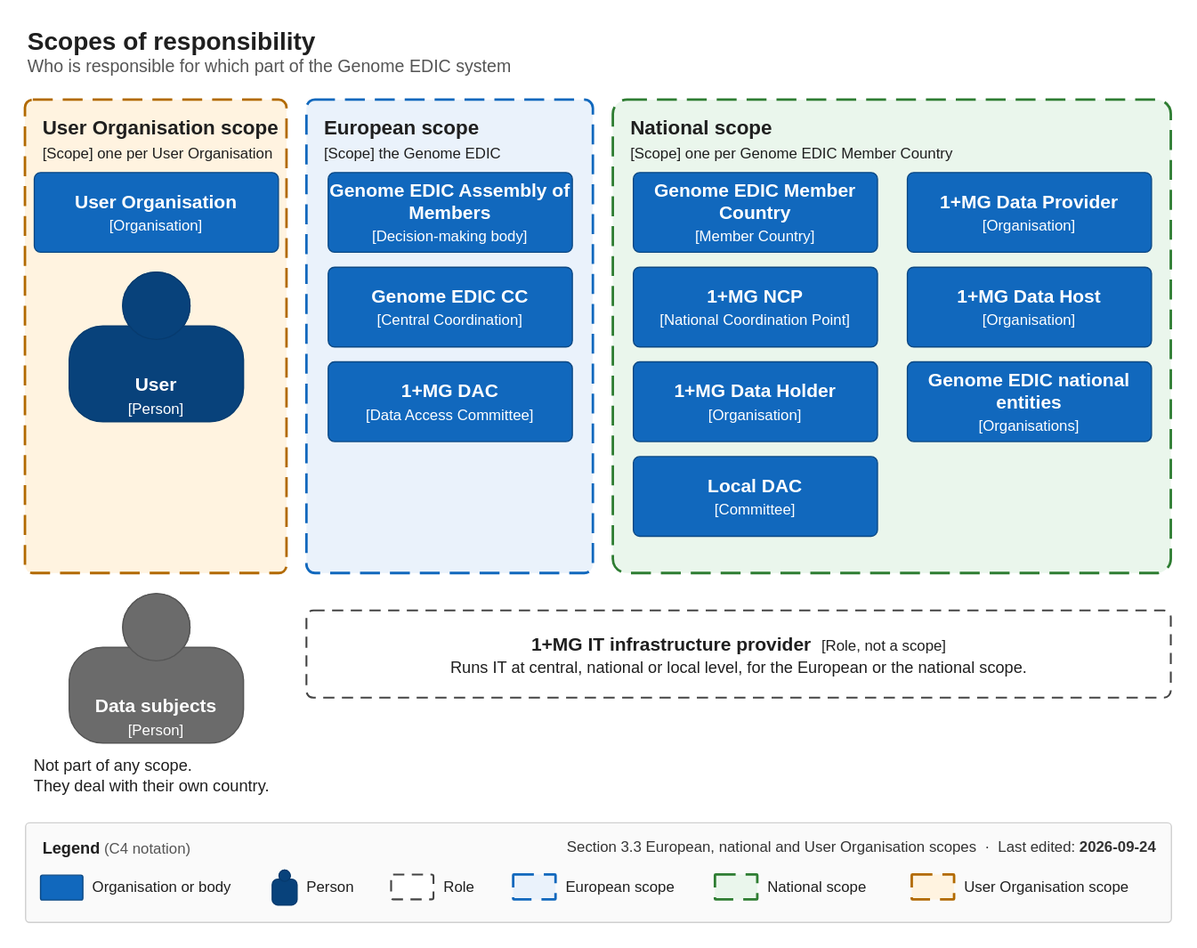
Earlier version of the draw.io export static/diagrams/3.3-scopes.drawio.svg (GenomicDataInfrastructure/system-architecture). Source tidied: cells renumbered, new cells last; positions are measured from the earlier drawing's top-left corner, leaving out a move shared by most shapes. Source of this version:
```xml
<mxGraphModel background="#FFFFFF">
  <root>
    <mxCell id="0" />
    <mxCell id="1" parent="0" />
    <mxCell id="2" style="rounded=1;arcSize=1;whiteSpace=wrap;html=1;fillColor=#FFFFFF;strokeColor=none;strokeWidth=1;" parent="1" vertex="1">
      <mxGeometry width="960" height="760" as="geometry" />
    </mxCell>
    <mxCell id="3" value="&lt;b style=&quot;font-size: 20px&quot;&gt;Scopes of responsibility&lt;/b&gt;&lt;br&gt;&lt;font style=&quot;font-size: 14px&quot; color=&quot;#555555&quot;&gt;Who is responsible for which part of the Genome EDIC system&lt;/font&gt;" style="text;html=1;whiteSpace=wrap;strokeColor=none;fillColor=none;align=left;verticalAlign=top;fontColor=#1F1F1F;" parent="1" vertex="1">
      <mxGeometry x="20" y="14" width="700" height="56" as="geometry" />
    </mxCell>
    <mxCell id="4" value="&lt;b&gt;User Organisation scope&lt;/b&gt;&lt;br&gt;&lt;font style=&quot;font-size: 12px&quot;&gt;[Scope] one per User Organisation&lt;/font&gt;" style="rounded=1;arcSize=3;whiteSpace=wrap;html=1;dashed=1;dashPattern=8 4;strokeWidth=2;fillColor=#FFF3E0;strokeColor=#B26A00;fontColor=#1F1F1F;fontSize=16;verticalAlign=top;align=left;spacingLeft=12;spacingTop=6;" parent="1" vertex="1">
      <mxGeometry x="20" y="80" width="210" height="380" as="geometry" />
    </mxCell>
    <mxCell id="5" value="&lt;b&gt;User Organisation&lt;/b&gt;&lt;br&gt;&lt;font style=&quot;font-size: 12px&quot;&gt;[Organisation]&lt;/font&gt;" style="rounded=1;arcSize=8;whiteSpace=wrap;html=1;fillColor=#1168BD;strokeColor=#0B4884;fontColor=#FFFFFF;fontSize=15;verticalAlign=middle;" parent="4" vertex="1">
      <mxGeometry x="7" y="58" width="196" height="64" as="geometry" />
    </mxCell>
    <mxCell id="6" value="&lt;b&gt;User&lt;/b&gt;&lt;br&gt;&lt;font style=&quot;font-size: 12px&quot;&gt;[Person]&lt;/font&gt;" style="shape=mxgraph.c4.person2;html=1;whiteSpace=wrap;fontSize=15;fontColor=#FFFFFF;align=center;verticalAlign=middle;spacingTop=34;fillColor=#08427B;strokeColor=#073B6F;" parent="4" vertex="1">
      <mxGeometry x="35" y="138" width="140" height="120" as="geometry" />
    </mxCell>
    <mxCell id="7" value="&lt;b&gt;European scope&lt;/b&gt;&lt;br&gt;&lt;font style=&quot;font-size: 12px&quot;&gt;[Scope] the Genome EDIC&lt;/font&gt;" style="rounded=1;arcSize=3;whiteSpace=wrap;html=1;dashed=1;dashPattern=8 4;strokeWidth=2;fillColor=#EAF2FB;strokeColor=#1168BD;fontColor=#1F1F1F;fontSize=16;verticalAlign=top;align=left;spacingLeft=12;spacingTop=6;" parent="1" vertex="1">
      <mxGeometry x="246" y="80" width="230" height="380" as="geometry" />
    </mxCell>
    <mxCell id="8" value="&lt;b&gt;Genome EDIC Assembly of Members&lt;/b&gt;&lt;br&gt;&lt;font style=&quot;font-size: 12px&quot;&gt;[Decision-making body]&lt;/font&gt;" style="rounded=1;arcSize=8;whiteSpace=wrap;html=1;fillColor=#1168BD;strokeColor=#0B4884;fontColor=#FFFFFF;fontSize=15;verticalAlign=middle;" parent="7" vertex="1">
      <mxGeometry x="17" y="58" width="196" height="64" as="geometry" />
    </mxCell>
    <mxCell id="9" value="&lt;b&gt;Genome EDIC CC&lt;/b&gt;&lt;br&gt;&lt;font style=&quot;font-size: 12px&quot;&gt;[Central Coordination]&lt;/font&gt;" style="rounded=1;arcSize=8;whiteSpace=wrap;html=1;fillColor=#1168BD;strokeColor=#0B4884;fontColor=#FFFFFF;fontSize=15;verticalAlign=middle;" parent="7" vertex="1">
      <mxGeometry x="17" y="134" width="196" height="64" as="geometry" />
    </mxCell>
    <mxCell id="10" value="&lt;b&gt;1+MG DAC&lt;/b&gt;&lt;br&gt;&lt;font style=&quot;font-size: 12px&quot;&gt;[Data Access Committee]&lt;/font&gt;" style="rounded=1;arcSize=8;whiteSpace=wrap;html=1;fillColor=#1168BD;strokeColor=#0B4884;fontColor=#FFFFFF;fontSize=15;verticalAlign=middle;" parent="7" vertex="1">
      <mxGeometry x="17" y="210" width="196" height="64" as="geometry" />
    </mxCell>
    <mxCell id="11" value="&lt;b&gt;National scope&lt;/b&gt;&lt;br&gt;&lt;font style=&quot;font-size: 12px&quot;&gt;[Scope] one per Genome EDIC Member Country&lt;/font&gt;" style="rounded=1;arcSize=3;whiteSpace=wrap;html=1;dashed=1;dashPattern=8 4;strokeWidth=2;fillColor=#EAF6EC;strokeColor=#2E7D32;fontColor=#1F1F1F;fontSize=16;verticalAlign=top;align=left;spacingLeft=12;spacingTop=6;" parent="1" vertex="1">
      <mxGeometry x="492" y="80" width="448" height="380" as="geometry" />
    </mxCell>
    <mxCell id="12" value="&lt;b&gt;Genome EDIC Member Country&lt;/b&gt;&lt;br&gt;&lt;font style=&quot;font-size: 12px&quot;&gt;[Member Country]&lt;/font&gt;" style="rounded=1;arcSize=8;whiteSpace=wrap;html=1;fillColor=#1168BD;strokeColor=#0B4884;fontColor=#FFFFFF;fontSize=15;verticalAlign=middle;" parent="11" vertex="1">
      <mxGeometry x="16" y="58" width="196" height="64" as="geometry" />
    </mxCell>
    <mxCell id="13" value="&lt;b&gt;1+MG NCP&lt;/b&gt;&lt;br&gt;&lt;font style=&quot;font-size: 12px&quot;&gt;[National Coordination Point]&lt;/font&gt;" style="rounded=1;arcSize=8;whiteSpace=wrap;html=1;fillColor=#1168BD;strokeColor=#0B4884;fontColor=#FFFFFF;fontSize=15;verticalAlign=middle;" parent="11" vertex="1">
      <mxGeometry x="16" y="134" width="196" height="64" as="geometry" />
    </mxCell>
    <mxCell id="14" value="&lt;b&gt;1+MG Data Holder&lt;/b&gt;&lt;br&gt;&lt;font style=&quot;font-size: 12px&quot;&gt;[Organisation]&lt;/font&gt;" style="rounded=1;arcSize=8;whiteSpace=wrap;html=1;fillColor=#1168BD;strokeColor=#0B4884;fontColor=#FFFFFF;fontSize=15;verticalAlign=middle;" parent="11" vertex="1">
      <mxGeometry x="16" y="210" width="196" height="64" as="geometry" />
    </mxCell>
    <mxCell id="15" value="&lt;b&gt;Local DAC&lt;/b&gt;&lt;br&gt;&lt;font style=&quot;font-size: 12px&quot;&gt;[Committee]&lt;/font&gt;" style="rounded=1;arcSize=8;whiteSpace=wrap;html=1;fillColor=#1168BD;strokeColor=#0B4884;fontColor=#FFFFFF;fontSize=15;verticalAlign=middle;" parent="11" vertex="1">
      <mxGeometry x="16" y="286" width="196" height="64" as="geometry" />
    </mxCell>
    <mxCell id="16" value="&lt;b&gt;1+MG Data Provider&lt;/b&gt;&lt;br&gt;&lt;font style=&quot;font-size: 12px&quot;&gt;[Organisation]&lt;/font&gt;" style="rounded=1;arcSize=8;whiteSpace=wrap;html=1;fillColor=#1168BD;strokeColor=#0B4884;fontColor=#FFFFFF;fontSize=15;verticalAlign=middle;" parent="11" vertex="1">
      <mxGeometry x="236" y="58" width="196" height="64" as="geometry" />
    </mxCell>
    <mxCell id="17" value="&lt;b&gt;1+MG Data Host&lt;/b&gt;&lt;br&gt;&lt;font style=&quot;font-size: 12px&quot;&gt;[Organisation]&lt;/font&gt;" style="rounded=1;arcSize=8;whiteSpace=wrap;html=1;fillColor=#1168BD;strokeColor=#0B4884;fontColor=#FFFFFF;fontSize=15;verticalAlign=middle;" parent="11" vertex="1">
      <mxGeometry x="236" y="134" width="196" height="64" as="geometry" />
    </mxCell>
    <mxCell id="18" value="&lt;b&gt;Genome EDIC national entities&lt;/b&gt;&lt;br&gt;&lt;font style=&quot;font-size: 12px&quot;&gt;[Organisations]&lt;/font&gt;" style="rounded=1;arcSize=8;whiteSpace=wrap;html=1;fillColor=#1168BD;strokeColor=#0B4884;fontColor=#FFFFFF;fontSize=15;verticalAlign=middle;" parent="11" vertex="1">
      <mxGeometry x="236" y="210" width="196" height="64" as="geometry" />
    </mxCell>
    <mxCell id="19" value="&lt;b&gt;Data subjects&lt;/b&gt;&lt;br&gt;&lt;font style=&quot;font-size: 12px&quot;&gt;[Person]&lt;/font&gt;" style="shape=mxgraph.c4.person2;html=1;whiteSpace=wrap;fontSize=15;fontColor=#FFFFFF;align=center;verticalAlign=middle;spacingTop=34;fillColor=#6B6B6B;strokeColor=#555555;" parent="1" vertex="1">
      <mxGeometry x="55" y="476" width="140" height="120" as="geometry" />
    </mxCell>
    <mxCell id="20" value="&lt;font style=&quot;font-size: 13px&quot;&gt;Not part of any scope.&lt;br&gt;They deal with their own country.&lt;/font&gt;" style="text;html=1;whiteSpace=wrap;strokeColor=none;fillColor=none;align=left;verticalAlign=top;fontColor=#1F1F1F;" parent="1" vertex="1">
      <mxGeometry x="25" y="600" width="210" height="40" as="geometry" />
    </mxCell>
    <mxCell id="21" value="&lt;b&gt;1+MG IT infrastructure provider&lt;/b&gt;&amp;nbsp;&amp;nbsp;&lt;font style=&quot;font-size: 12px&quot;&gt;[Role, not a scope]&lt;/font&gt;&lt;br&gt;&lt;font style=&quot;font-size: 13px&quot;&gt;Runs IT at central, national or local level, for the European or the national scope.&lt;/font&gt;" style="rounded=1;arcSize=8;whiteSpace=wrap;html=1;dashed=1;dashPattern=6 4;fillColor=#FFFFFF;strokeColor=#444444;strokeWidth=1.5;fontColor=#1F1F1F;fontSize=15;" parent="1" vertex="1">
      <mxGeometry x="246" y="490" width="694" height="70" as="geometry" />
    </mxCell>
    <mxCell id="22" style="rounded=1;arcSize=4;whiteSpace=wrap;html=1;fillColor=#FAFAFA;strokeColor=#D0D0D0;" parent="1" vertex="1">
      <mxGeometry x="20" y="660" width="920" height="80" as="geometry" />
    </mxCell>
    <mxCell id="23" value="&lt;b style=&quot;font-size: 13px&quot;&gt;Legend&lt;/b&gt; &lt;font style=&quot;font-size: 12px&quot; color=&quot;#555555&quot;&gt;(C4 notation)&lt;/font&gt;" style="text;html=1;whiteSpace=wrap;strokeColor=none;fillColor=none;align=left;verticalAlign=top;fontColor=#1F1F1F;" parent="22" vertex="1">
      <mxGeometry x="12" y="6" width="200" height="22" as="geometry" />
    </mxCell>
    <mxCell id="24" value="&lt;font style=&quot;font-size: 12px&quot; color=&quot;#333333&quot;&gt;Section 3.3 European, national and User Organisation scopes&amp;nbsp;&amp;nbsp;·&amp;nbsp;&amp;nbsp;Last edited: &lt;b&gt;2026-09-24&lt;/b&gt;&lt;/font&gt;" style="text;html=1;whiteSpace=wrap;strokeColor=none;fillColor=none;align=left;verticalAlign=top;fontColor=#1F1F1F;align=right;" parent="22" vertex="1">
      <mxGeometry x="330" y="6" width="580" height="22" as="geometry" />
    </mxCell>
    <mxCell id="25" style="rounded=1;arcSize=8;whiteSpace=wrap;html=1;fillColor=#1168BD;strokeColor=#0B4884;fontColor=#FFFFFF;fontSize=15;verticalAlign=middle;" parent="22" vertex="1">
      <mxGeometry x="12" y="42" width="34" height="20" as="geometry" />
    </mxCell>
    <mxCell id="26" value="&lt;font style=&quot;font-size: 12px&quot;&gt;Organisation or body&lt;/font&gt;" style="text;html=1;whiteSpace=wrap;strokeColor=none;fillColor=none;align=left;verticalAlign=middle;fontColor=#1F1F1F;" parent="22" vertex="1">
      <mxGeometry x="52" y="41" width="132" height="22" as="geometry" />
    </mxCell>
    <mxCell id="27" style="shape=mxgraph.c4.person2;html=1;whiteSpace=wrap;fontSize=15;fontColor=#FFFFFF;align=center;verticalAlign=middle;spacingTop=34;fillColor=#08427B;strokeColor=#073B6F;" parent="22" vertex="1">
      <mxGeometry x="198" y="38" width="20" height="28" as="geometry" />
    </mxCell>
    <mxCell id="28" value="&lt;font style=&quot;font-size: 12px&quot;&gt;Person&lt;/font&gt;" style="text;html=1;whiteSpace=wrap;strokeColor=none;fillColor=none;align=left;verticalAlign=middle;fontColor=#1F1F1F;" parent="22" vertex="1">
      <mxGeometry x="224" y="41" width="56" height="22" as="geometry" />
    </mxCell>
    <mxCell id="29" style="rounded=1;arcSize=8;whiteSpace=wrap;html=1;dashed=1;dashPattern=6 4;fillColor=#FFFFFF;strokeColor=#444444;strokeWidth=1.5;fontColor=#1F1F1F;fontSize=15;" parent="22" vertex="1">
      <mxGeometry x="294" y="42" width="34" height="20" as="geometry" />
    </mxCell>
    <mxCell id="30" value="&lt;font style=&quot;font-size: 12px&quot;&gt;Role&lt;/font&gt;" style="text;html=1;whiteSpace=wrap;strokeColor=none;fillColor=none;align=left;verticalAlign=middle;fontColor=#1F1F1F;" parent="22" vertex="1">
      <mxGeometry x="334" y="41" width="44" height="22" as="geometry" />
    </mxCell>
    <mxCell id="31" style="rounded=1;arcSize=3;whiteSpace=wrap;html=1;dashed=1;dashPattern=8 4;strokeWidth=2;fillColor=#EAF2FB;strokeColor=#1168BD;fontColor=#1F1F1F;fontSize=16;verticalAlign=top;align=left;spacingLeft=12;spacingTop=6;" parent="22" vertex="1">
      <mxGeometry x="392" y="42" width="34" height="20" as="geometry" />
    </mxCell>
    <mxCell id="32" value="&lt;font style=&quot;font-size: 12px&quot;&gt;European scope&lt;/font&gt;" style="text;html=1;whiteSpace=wrap;strokeColor=none;fillColor=none;align=left;verticalAlign=middle;fontColor=#1F1F1F;" parent="22" vertex="1">
      <mxGeometry x="432" y="41" width="108" height="22" as="geometry" />
    </mxCell>
    <mxCell id="33" style="rounded=1;arcSize=3;whiteSpace=wrap;html=1;dashed=1;dashPattern=8 4;strokeWidth=2;fillColor=#EAF6EC;strokeColor=#2E7D32;fontColor=#1F1F1F;fontSize=16;verticalAlign=top;align=left;spacingLeft=12;spacingTop=6;" parent="22" vertex="1">
      <mxGeometry x="554" y="42" width="34" height="20" as="geometry" />
    </mxCell>
    <mxCell id="34" value="&lt;font style=&quot;font-size: 12px&quot;&gt;National scope&lt;/font&gt;" style="text;html=1;whiteSpace=wrap;strokeColor=none;fillColor=none;align=left;verticalAlign=middle;fontColor=#1F1F1F;" parent="22" vertex="1">
      <mxGeometry x="594" y="41" width="104" height="22" as="geometry" />
    </mxCell>
    <mxCell id="35" style="rounded=1;arcSize=3;whiteSpace=wrap;html=1;dashed=1;dashPattern=8 4;strokeWidth=2;fillColor=#FFF3E0;strokeColor=#B26A00;fontColor=#1F1F1F;fontSize=16;verticalAlign=top;align=left;spacingLeft=12;spacingTop=6;" parent="22" vertex="1">
      <mxGeometry x="712" y="42" width="34" height="20" as="geometry" />
    </mxCell>
    <mxCell id="36" value="&lt;font style=&quot;font-size: 12px&quot;&gt;User Organisation scope&lt;/font&gt;" style="text;html=1;whiteSpace=wrap;strokeColor=none;fillColor=none;align=left;verticalAlign=middle;fontColor=#1F1F1F;" parent="22" vertex="1">
      <mxGeometry x="752" y="41" width="160" height="22" as="geometry" />
    </mxCell>
  </root>
</mxGraphModel>
```
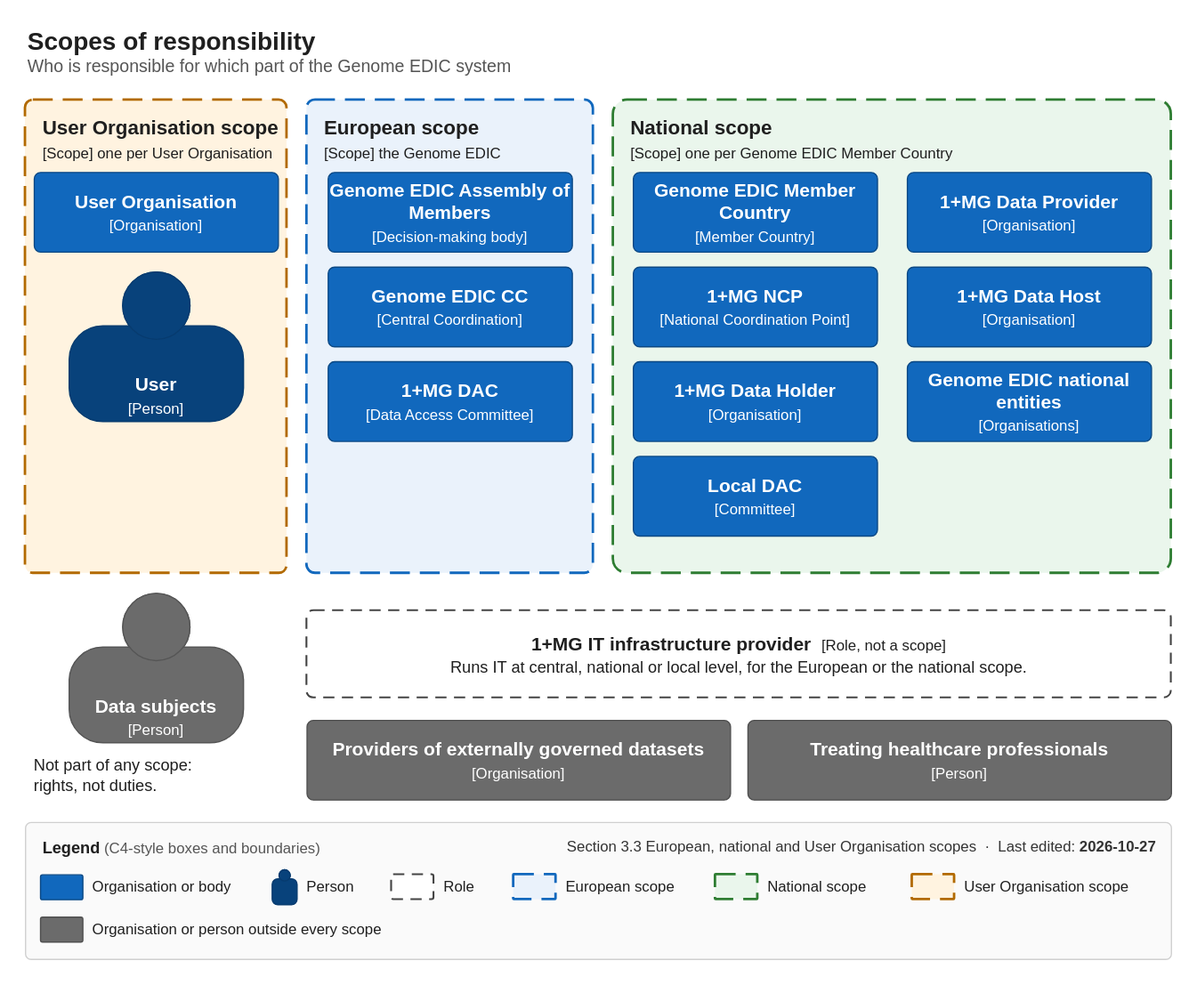
The same file after the commit.

The edit, as a diff of the source:
```diff
@@ -3,7 +3,7 @@
     <mxCell id="0" />
     <mxCell id="1" parent="0" />
     <mxCell id="2" style="rounded=1;arcSize=1;whiteSpace=wrap;html=1;fillColor=#FFFFFF;strokeColor=none;strokeWidth=1;" parent="1" vertex="1">
-      <mxGeometry width="960" height="760" as="geometry" />
+      <mxGeometry width="960" height="790" as="geometry" />
     </mxCell>
     <mxCell id="3" value="&lt;b style=&quot;font-size: 20px&quot;&gt;Scopes of responsibility&lt;/b&gt;&lt;br&gt;&lt;font style=&quot;font-size: 14px&quot; color=&quot;#555555&quot;&gt;Who is responsible for which part of the Genome EDIC system&lt;/font&gt;" style="text;html=1;whiteSpace=wrap;strokeColor=none;fillColor=none;align=left;verticalAlign=top;fontColor=#1F1F1F;" parent="1" vertex="1">
       <mxGeometry x="20" y="14" width="700" height="56" as="geometry" />
@@ -56,19 +56,25 @@
     <mxCell id="19" value="&lt;b&gt;Data subjects&lt;/b&gt;&lt;br&gt;&lt;font style=&quot;font-size: 12px&quot;&gt;[Person]&lt;/font&gt;" style="shape=mxgraph.c4.person2;html=1;whiteSpace=wrap;fontSize=15;fontColor=#FFFFFF;align=center;verticalAlign=middle;spacingTop=34;fillColor=#6B6B6B;strokeColor=#555555;" parent="1" vertex="1">
       <mxGeometry x="55" y="476" width="140" height="120" as="geometry" />
     </mxCell>
-    <mxCell id="20" value="&lt;font style=&quot;font-size: 13px&quot;&gt;Not part of any scope.&lt;br&gt;They deal with their own country.&lt;/font&gt;" style="text;html=1;whiteSpace=wrap;strokeColor=none;fillColor=none;align=left;verticalAlign=top;fontColor=#1F1F1F;" parent="1" vertex="1">
+    <mxCell id="20" value="&lt;font style=&quot;font-size: 13px&quot;&gt;Not part of any scope:&lt;br&gt;rights, not duties.&lt;/font&gt;" style="text;html=1;whiteSpace=wrap;strokeColor=none;fillColor=none;align=left;verticalAlign=top;fontColor=#1F1F1F;" parent="1" vertex="1">
       <mxGeometry x="25" y="600" width="210" height="40" as="geometry" />
     </mxCell>
     <mxCell id="21" value="&lt;b&gt;1+MG IT infrastructure provider&lt;/b&gt;&amp;nbsp;&amp;nbsp;&lt;font style=&quot;font-size: 12px&quot;&gt;[Role, not a scope]&lt;/font&gt;&lt;br&gt;&lt;font style=&quot;font-size: 13px&quot;&gt;Runs IT at central, national or local level, for the European or the national scope.&lt;/font&gt;" style="rounded=1;arcSize=8;whiteSpace=wrap;html=1;dashed=1;dashPattern=6 4;fillColor=#FFFFFF;strokeColor=#444444;strokeWidth=1.5;fontColor=#1F1F1F;fontSize=15;" parent="1" vertex="1">
       <mxGeometry x="246" y="490" width="694" height="70" as="geometry" />
     </mxCell>
+    <mxCell id="37" value="&lt;b&gt;Providers of externally governed datasets&lt;/b&gt;&lt;br&gt;&lt;font style=&quot;font-size: 12px&quot;&gt;[Organisation]&lt;/font&gt;" style="rounded=1;arcSize=8;whiteSpace=wrap;html=1;fontColor=#FFFFFF;fontSize=15;verticalAlign=middle;fillColor=#6B6B6B;strokeColor=#4F4F4F;" parent="1" vertex="1">
+      <mxGeometry x="246" y="578" width="340" height="64" as="geometry" />
+    </mxCell>
+    <mxCell id="38" value="&lt;b&gt;Treating healthcare professionals&lt;/b&gt;&lt;br&gt;&lt;font style=&quot;font-size: 12px&quot;&gt;[Person]&lt;/font&gt;" style="rounded=1;arcSize=8;whiteSpace=wrap;html=1;fontColor=#FFFFFF;fontSize=15;verticalAlign=middle;fillColor=#6B6B6B;strokeColor=#4F4F4F;" parent="1" vertex="1">
+      <mxGeometry x="600" y="578" width="340" height="64" as="geometry" />
+    </mxCell>
     <mxCell id="22" style="rounded=1;arcSize=4;whiteSpace=wrap;html=1;fillColor=#FAFAFA;strokeColor=#D0D0D0;" parent="1" vertex="1">
-      <mxGeometry x="20" y="660" width="920" height="80" as="geometry" />
+      <mxGeometry x="20" y="660" width="920" height="110" as="geometry" />
     </mxCell>
-    <mxCell id="23" value="&lt;b style=&quot;font-size: 13px&quot;&gt;Legend&lt;/b&gt; &lt;font style=&quot;font-size: 12px&quot; color=&quot;#555555&quot;&gt;(C4 notation)&lt;/font&gt;" style="text;html=1;whiteSpace=wrap;strokeColor=none;fillColor=none;align=left;verticalAlign=top;fontColor=#1F1F1F;" parent="22" vertex="1">
-      <mxGeometry x="12" y="6" width="200" height="22" as="geometry" />
+    <mxCell id="23" value="&lt;b style=&quot;font-size: 13px&quot;&gt;Legend&lt;/b&gt; &lt;font style=&quot;font-size: 12px&quot; color=&quot;#555555&quot;&gt;(C4-style boxes and boundaries)&lt;/font&gt;" style="text;html=1;whiteSpace=wrap;strokeColor=none;fillColor=none;align=left;verticalAlign=top;fontColor=#1F1F1F;" parent="22" vertex="1">
+      <mxGeometry x="12" y="6" width="300" height="22" as="geometry" />
     </mxCell>
-    <mxCell id="24" value="&lt;font style=&quot;font-size: 12px&quot; color=&quot;#333333&quot;&gt;Section 3.3 European, national and User Organisation scopes&amp;nbsp;&amp;nbsp;·&amp;nbsp;&amp;nbsp;Last edited: &lt;b&gt;2026-09-24&lt;/b&gt;&lt;/font&gt;" style="text;html=1;whiteSpace=wrap;strokeColor=none;fillColor=none;align=left;verticalAlign=top;fontColor=#1F1F1F;align=right;" parent="22" vertex="1">
+    <mxCell id="24" value="&lt;font style=&quot;font-size: 12px&quot; color=&quot;#333333&quot;&gt;Section 3.3 European, national and User Organisation scopes&amp;nbsp;&amp;nbsp;·&amp;nbsp;&amp;nbsp;Last edited: &lt;b&gt;2026-10-27&lt;/b&gt;&lt;/font&gt;" style="text;html=1;whiteSpace=wrap;strokeColor=none;fillColor=none;align=left;verticalAlign=top;fontColor=#1F1F1F;align=right;" parent="22" vertex="1">
       <mxGeometry x="330" y="6" width="580" height="22" as="geometry" />
     </mxCell>
     <mxCell id="25" style="rounded=1;arcSize=8;whiteSpace=wrap;html=1;fillColor=#1168BD;strokeColor=#0B4884;fontColor=#FFFFFF;fontSize=15;verticalAlign=middle;" parent="22" vertex="1">
@@ -107,5 +113,11 @@
     <mxCell id="36" value="&lt;font style=&quot;font-size: 12px&quot;&gt;User Organisation scope&lt;/font&gt;" style="text;html=1;whiteSpace=wrap;strokeColor=none;fillColor=none;align=left;verticalAlign=middle;fontColor=#1F1F1F;" parent="22" vertex="1">
       <mxGeometry x="752" y="41" width="160" height="22" as="geometry" />
     </mxCell>
+    <mxCell id="39" style="rounded=1;arcSize=8;whiteSpace=wrap;html=1;fontColor=#FFFFFF;fontSize=15;verticalAlign=middle;fillColor=#6B6B6B;strokeColor=#4F4F4F;" parent="22" vertex="1">
+      <mxGeometry x="12" y="76" width="34" height="20" as="geometry" />
+    </mxCell>
+    <mxCell id="40" value="&lt;font style=&quot;font-size: 12px&quot;&gt;Organisation or person outside every scope&lt;/font&gt;" style="text;html=1;whiteSpace=wrap;strokeColor=none;fillColor=none;align=left;verticalAlign=middle;fontColor=#1F1F1F;" parent="22" vertex="1">
+      <mxGeometry x="52" y="75" width="400" height="22" as="geometry" />
+    </mxCell>
   </root>
 </mxGraphModel>
```
